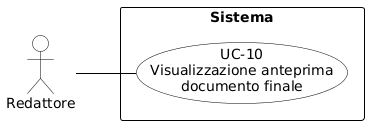
Above: RTB/Analisi dei Requisiti/diagrammi_use_case/UC-10.png in aLittleByte-19/Documentazione (PlantUML), before the change. Source of this version:
```plantuml
@startuml
skinparam shadowing false
skinparam defaultFontName Arial
left to right direction

skinparam usecase {
    BackgroundColor white
    BorderColor black
    ArrowColor black
}
skinparam actor {
    BackgroundColor white
    BorderColor black
}
skinparam rectangle {
    BorderColor black
    FontStyle bold
}

actor "Redattore" as R

rectangle "Sistema" {
    usecase "UC-10\nVisualizzazione anteprima\ndocumento finale" as UC10
}

R -- UC10
@enduml
```
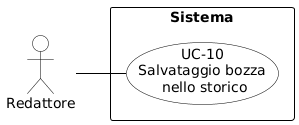
The same file after the commit.

Diff of the diagram source:
```diff
@@ -2,6 +2,8 @@
 skinparam shadowing false
 skinparam defaultFontName Arial
 left to right direction
+skinparam nodesep 15
+skinparam ranksep 50
 
 skinparam usecase {
     BackgroundColor white
@@ -17,11 +19,11 @@
     FontStyle bold
 }
 
-actor "Redattore" as R
+actor "Redattore" as redattore
 
 rectangle "Sistema" {
-    usecase "UC-10\nVisualizzazione anteprima\ndocumento finale" as UC10
+    usecase "UC-10\nSalvataggio bozza\n nello storico" as UC10
 }
 
-R -- UC10
+redattore -- UC10
 @enduml
```
